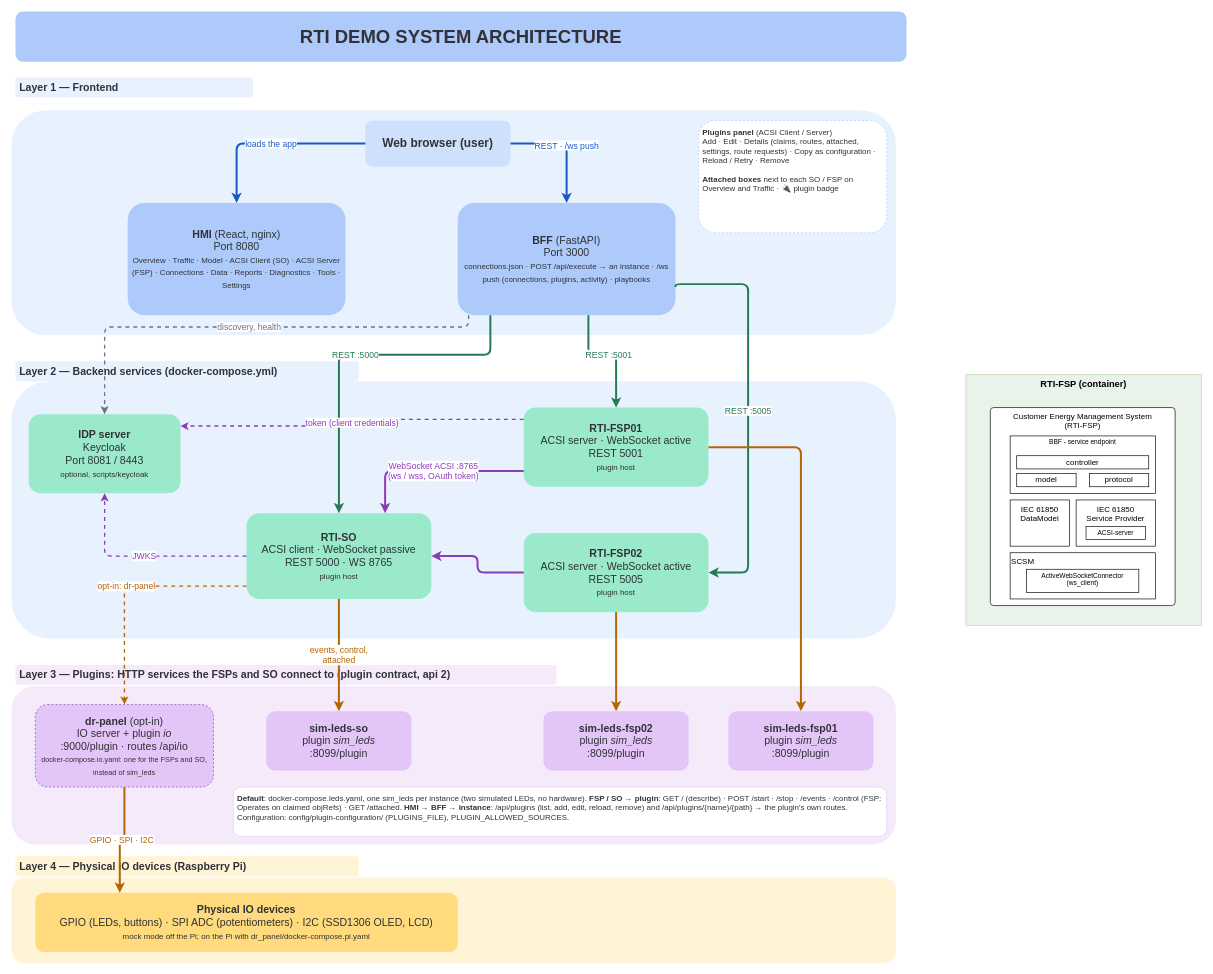
The draw.io diagram page "01 RTI Demo System Architecture" (2 of 11) of docs/rti-demo/design/RTI-demo-system-architecture.drawio in Netbeheer-Nederland/iec61850-websocket, before the edit. Source tidied: cells renumbered, new cells numbered last; positions are measured from the earlier drawing's top-left corner, leaving out a move shared by most shapes. Both pictures are drawn from the tidied source at 66%, with x=0, y=0 at pixel (11, 11).
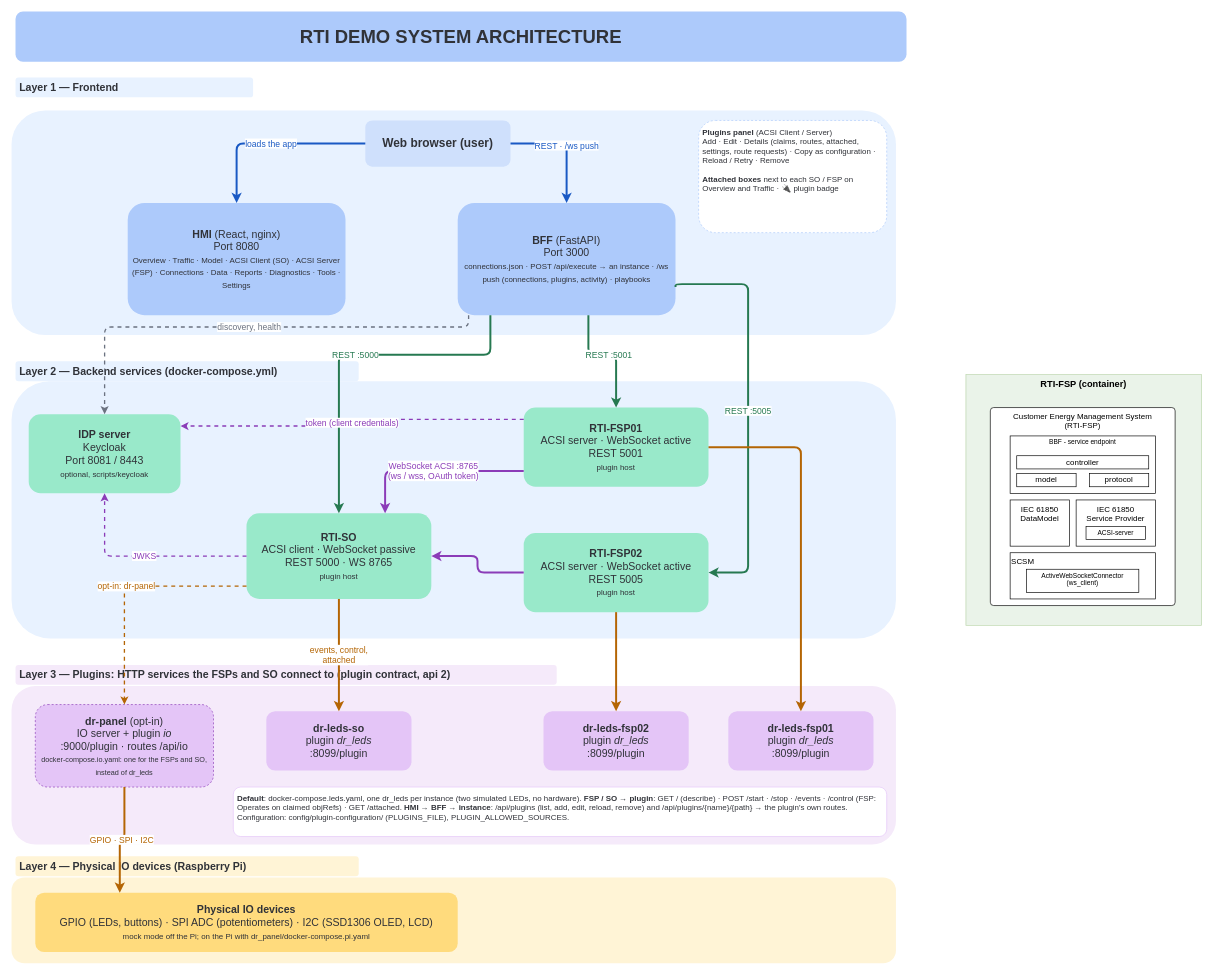
The same page after the edit.

What changed in the source:
```diff
@@
-    <mxCell id="19" value="&lt;b&gt;dr-panel&lt;/b&gt; (opt-in)&lt;br&gt;IO server + plugin &lt;i&gt;io&lt;/i&gt;&lt;br&gt;:9000/plugin · routes /api/io&lt;br&gt;&lt;font style=&quot;font-size:11px&quot;&gt;docker-compose.io.yaml: one for the FSPs and SO, instead of sim_leds&lt;/font&gt;" style="rounded=1;whiteSpace=wrap;html=1;fillColor=#e4c5f7;strokeColor=#8b3cb8;fontColor=#303238;fontSize=16;fontStyle=0;align=center;verticalAlign=middle;spacing=6;opacity=100;dashed=1;" parent="1" vertex="1">
+    <mxCell id="19" value="&lt;b&gt;dr-panel&lt;/b&gt; (opt-in)&lt;br&gt;IO server + plugin &lt;i&gt;io&lt;/i&gt;&lt;br&gt;:9000/plugin · routes /api/io&lt;br&gt;&lt;font style=&quot;font-size:11px&quot;&gt;docker-compose.io.yaml: one for the FSPs and SO, instead of dr_leds&lt;/font&gt;" style="rounded=1;whiteSpace=wrap;html=1;fillColor=#e4c5f7;strokeColor=#8b3cb8;fontColor=#303238;fontSize=16;fontStyle=0;align=center;verticalAlign=middle;spacing=6;opacity=100;dashed=1;" parent="1" vertex="1">
       <mxGeometry x="36" y="1050" width="270" height="125" as="geometry" />
     </mxCell>
-    <mxCell id="20" value="&lt;b&gt;sim-leds-so&lt;/b&gt;&lt;br&gt;plugin &lt;i&gt;sim_leds&lt;/i&gt;&lt;br&gt;:8099/plugin" style="rounded=1;whiteSpace=wrap;html=1;fillColor=#e4c5f7;strokeColor=none;fontColor=#303238;fontSize=16;fontStyle=0;align=center;verticalAlign=middle;spacing=6;opacity=100;" parent="1" vertex="1">
+    <mxCell id="20" value="&lt;b&gt;dr-leds-so&lt;/b&gt;&lt;br&gt;plugin &lt;i&gt;dr_leds&lt;/i&gt;&lt;br&gt;:8099/plugin" style="rounded=1;whiteSpace=wrap;html=1;fillColor=#e4c5f7;strokeColor=none;fontColor=#303238;fontSize=16;fontStyle=0;align=center;verticalAlign=middle;spacing=6;opacity=100;" parent="1" vertex="1">
       <mxGeometry x="386" y="1060" width="220" height="90" as="geometry" />
     </mxCell>
-    <mxCell id="21" value="&lt;b&gt;sim-leds-fsp02&lt;/b&gt;&lt;br&gt;plugin &lt;i&gt;sim_leds&lt;/i&gt;&lt;br&gt;:8099/plugin" style="rounded=1;whiteSpace=wrap;html=1;fillColor=#e4c5f7;strokeColor=none;fontColor=#303238;fontSize=16;fontStyle=0;align=center;verticalAlign=middle;spacing=6;opacity=100;" parent="1" vertex="1">
+    <mxCell id="21" value="&lt;b&gt;dr-leds-fsp02&lt;/b&gt;&lt;br&gt;plugin &lt;i&gt;dr_leds&lt;/i&gt;&lt;br&gt;:8099/plugin" style="rounded=1;whiteSpace=wrap;html=1;fillColor=#e4c5f7;strokeColor=none;fontColor=#303238;fontSize=16;fontStyle=0;align=center;verticalAlign=middle;spacing=6;opacity=100;" parent="1" vertex="1">
       <mxGeometry x="806" y="1060" width="220" height="90" as="geometry" />
     </mxCell>
-    <mxCell id="22" value="&lt;b&gt;sim-leds-fsp01&lt;/b&gt;&lt;br&gt;plugin &lt;i&gt;sim_leds&lt;/i&gt;&lt;br&gt;:8099/plugin" style="rounded=1;whiteSpace=wrap;html=1;fillColor=#e4c5f7;strokeColor=none;fontColor=#303238;fontSize=16;fontStyle=0;align=center;verticalAlign=middle;spacing=6;opacity=100;" parent="1" vertex="1">
+    <mxCell id="22" value="&lt;b&gt;dr-leds-fsp01&lt;/b&gt;&lt;br&gt;plugin &lt;i&gt;dr_leds&lt;/i&gt;&lt;br&gt;:8099/plugin" style="rounded=1;whiteSpace=wrap;html=1;fillColor=#e4c5f7;strokeColor=none;fontColor=#303238;fontSize=16;fontStyle=0;align=center;verticalAlign=middle;spacing=6;opacity=100;" parent="1" vertex="1">
       <mxGeometry x="1086" y="1060" width="220" height="90" as="geometry" />
     </mxCell>
-    <mxCell id="23" value="&lt;b&gt;Default&lt;/b&gt;: docker-compose.leds.yaml, one sim_leds per instance (two simulated LEDs, no hardware). &lt;b&gt;FSP / SO → plugin&lt;/b&gt;: GET / (describe) · POST /start · /stop · /events · /control (FSP: Operates on claimed objRefs) · GET /attached. &lt;b&gt;HMI → BFF → instance&lt;/b&gt;: /api/plugins (list, add, edit, reload, remove) and /api/plugins/{name}/{path} → the plugin's own routes. Configuration: config/plugin-configuration/ (PLUGINS_FILE), PLUGIN_ALLOWED_SOURCES." style="rounded=1;whiteSpace=wrap;html=1;fillColor=#ffffff;strokeColor=#e4c5f7;fontColor=#303238;fontSize=12;fontStyle=0;align=left;verticalAlign=top;spacing=6;opacity=100;" parent="1" vertex="1">
+    <mxCell id="23" value="&lt;b&gt;Default&lt;/b&gt;: docker-compose.leds.yaml, one dr_leds per instance (two simulated LEDs, no hardware). &lt;b&gt;FSP / SO → plugin&lt;/b&gt;: GET / (describe) · POST /start · /stop · /events · /control (FSP: Operates on claimed objRefs) · GET /attached. &lt;b&gt;HMI → BFF → instance&lt;/b&gt;: /api/plugins (list, add, edit, reload, remove) and /api/plugins/{name}/{path} → the plugin's own routes. Configuration: config/plugin-configuration/ (PLUGINS_FILE), PLUGIN_ALLOWED_SOURCES." style="rounded=1;whiteSpace=wrap;html=1;fillColor=#ffffff;strokeColor=#e4c5f7;fontColor=#303238;fontSize=12;fontStyle=0;align=left;verticalAlign=top;spacing=6;opacity=100;" parent="1" vertex="1">
       <mxGeometry x="336" y="1175" width="990" height="75" as="geometry" />
     </mxCell>
```
